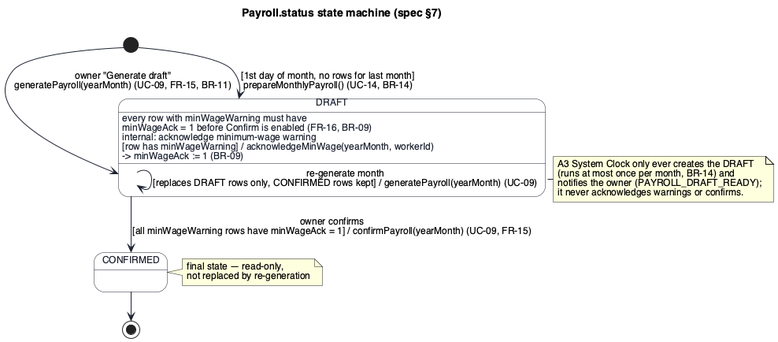
keemlogan/shiftswap keeps this PlantUML diagram as uml/state-payroll.png. Above is the earlier version.
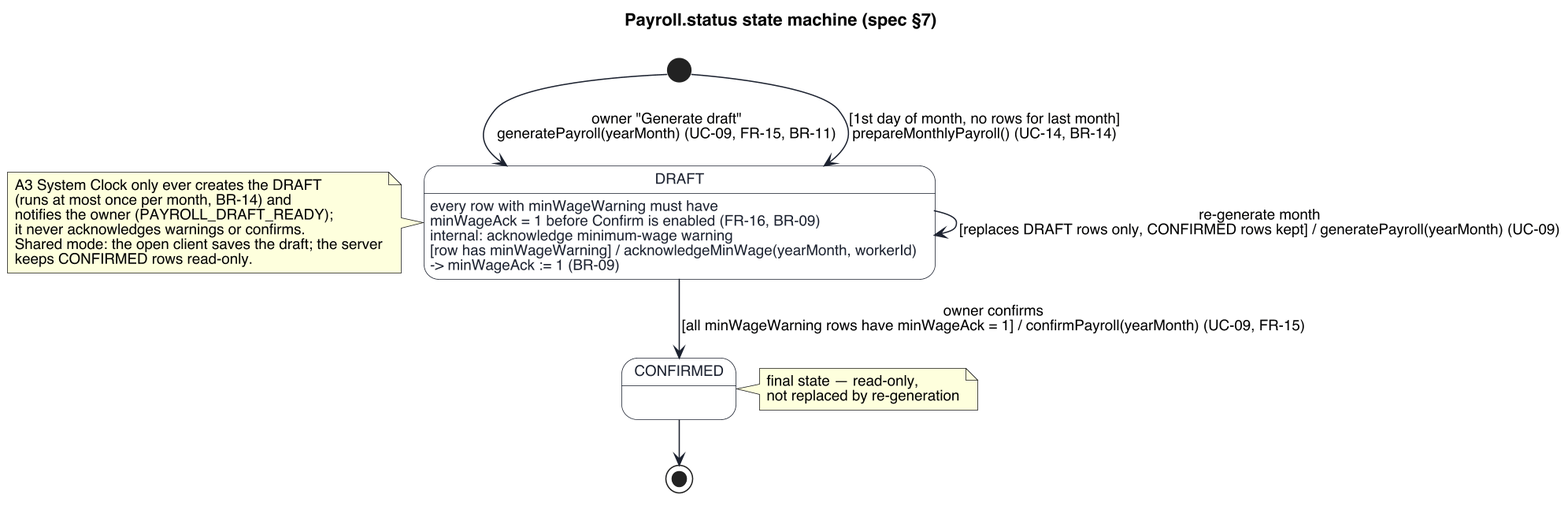
The same diagram one commit later.

The edit, as a diff of the source:
```diff
@@ -1,4 +1,5 @@
 @startuml state-payroll
+skinparamlocked dpi 150
 !pragma layout smetana
 skinparam defaultFontName "Helvetica"
 skinparam defaultFontSize 12
@@ -27,5 +28,5 @@
 CONFIRMED --> [*]
 
 note right of CONFIRMED : final state — read-only,\nnot replaced by re-generation
-note left of DRAFT : A3 System Clock only ever creates the DRAFT\n(runs at most once per month, BR-14) and\nnotifies the owner (PAYROLL_DRAFT_READY);\nit never acknowledges warnings or confirms.
+note left of DRAFT : A3 System Clock only ever creates the DRAFT\n(runs at most once per month, BR-14) and\nnotifies the owner (PAYROLL_DRAFT_READY);\nit never acknowledges warnings or confirms.\nShared mode: the open client saves the draft; the server\nkeeps CONFIRMED rows read-only.
 @enduml
```
